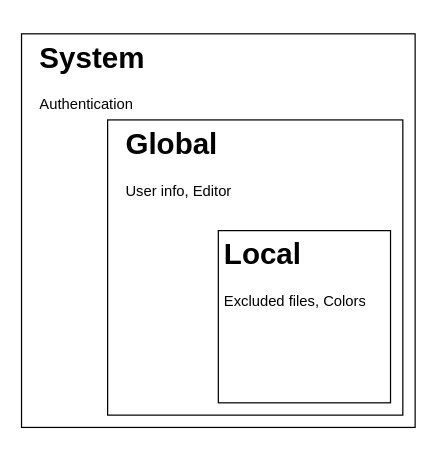
The draw.io diagram Assets/uml/Untitled Diagram.drawio in braboj/tutorial-git, before the edit. Source tidied: cells renumbered, new cells numbered last; positions are measured from the earlier drawing's top-left corner, leaving out a move shared by most shapes. Both pictures are drawn from the tidied source at 123%, with x=0, y=0 at pixel (21, 33).
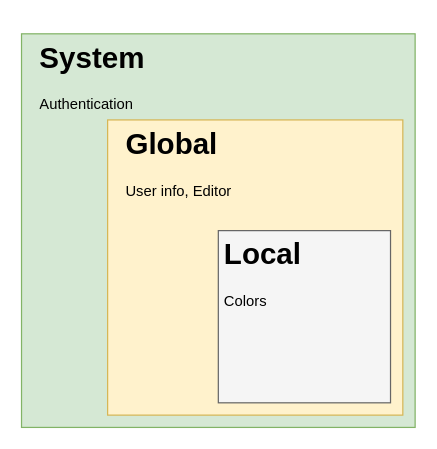
The same page after the edit.

The edit, as a diff of the source:
```diff
@@
 <mxGraphModel>
   <root>
     <mxCell id="0" />
     <mxCell id="1" parent="0" />
-    <mxCell id="2" style="whiteSpace=wrap;html=1;" parent="1" vertex="1">
+    <mxCell id="2" style="whiteSpace=wrap;html=1;fillColor=#d5e8d4;strokeColor=#82b366;" parent="1" vertex="1">
       <mxGeometry width="320" height="320" as="geometry" />
     </mxCell>
-    <mxCell id="3" style="whiteSpace=wrap;html=1;" parent="1" vertex="1">
+    <mxCell id="3" style="whiteSpace=wrap;html=1;fillColor=#fff2cc;strokeColor=#d6b656;" parent="1" vertex="1">
       <mxGeometry x="70" y="70" width="240" height="240" as="geometry" />
     </mxCell>
-    <mxCell id="4" style="whiteSpace=wrap;html=1;" parent="1" vertex="1">
+    <mxCell id="4" style="whiteSpace=wrap;html=1;fillColor=#f5f5f5;fontColor=#333333;strokeColor=#666666;" parent="1" vertex="1">
       <mxGeometry x="160" y="160" width="140" height="140" as="geometry" />
     </mxCell>
     <mxCell id="5" value="&lt;h1&gt;System&lt;/h1&gt;&lt;p&gt;Authentication&lt;/p&gt;" style="text;html=1;strokeColor=none;fillColor=none;spacing=5;spacingTop=-20;whiteSpace=wrap;overflow=hidden;rounded=0;" parent="1" vertex="1">
       <mxGeometry x="10" width="140" height="80" as="geometry" />
     </mxCell>
     <mxCell id="6" value="&lt;h1&gt;Global&lt;/h1&gt;&lt;p&gt;User info, Editor&lt;/p&gt;" style="text;html=1;strokeColor=none;fillColor=none;spacing=5;spacingTop=-20;whiteSpace=wrap;overflow=hidden;rounded=0;" parent="1" vertex="1">
       <mxGeometry x="80" y="70" width="140" height="80" as="geometry" />
     </mxCell>
-    <mxCell id="7" value="&lt;h1&gt;Local&lt;/h1&gt;&lt;p&gt;Excluded files, Colors&lt;/p&gt;" style="text;html=1;strokeColor=none;fillColor=none;spacing=5;spacingTop=-20;whiteSpace=wrap;overflow=hidden;rounded=0;" parent="1" vertex="1">
+    <mxCell id="7" value="&lt;h1&gt;Local&lt;/h1&gt;&lt;p&gt;Colors&lt;/p&gt;" style="text;html=1;strokeColor=none;fillColor=none;spacing=5;spacingTop=-20;whiteSpace=wrap;overflow=hidden;rounded=0;" parent="1" vertex="1">
       <mxGeometry x="160" y="160" width="140" height="80" as="geometry" />
     </mxCell>
   </root>
 </mxGraphModel>
```
